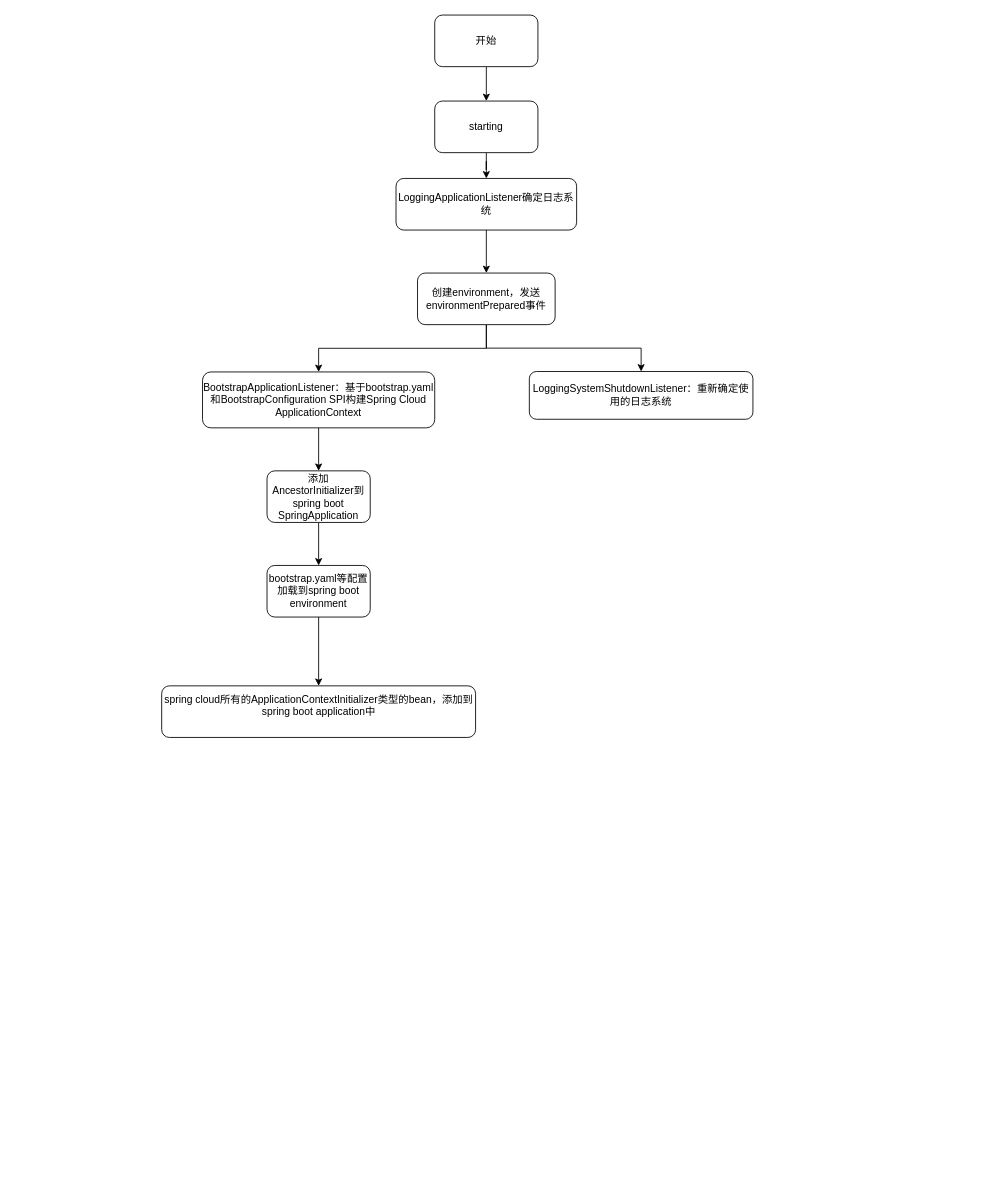
The draw.io diagram spring boot整体运行过程.drawio in jessin20161124/javase1, before the edit. Source tidied: cells renumbered, new cells numbered last; positions are measured from the earlier drawing's top-left corner, leaving out a move shared by most shapes. Both pictures are drawn from the tidied source at 86%, with x=0, y=0 at pixel (161, 15).
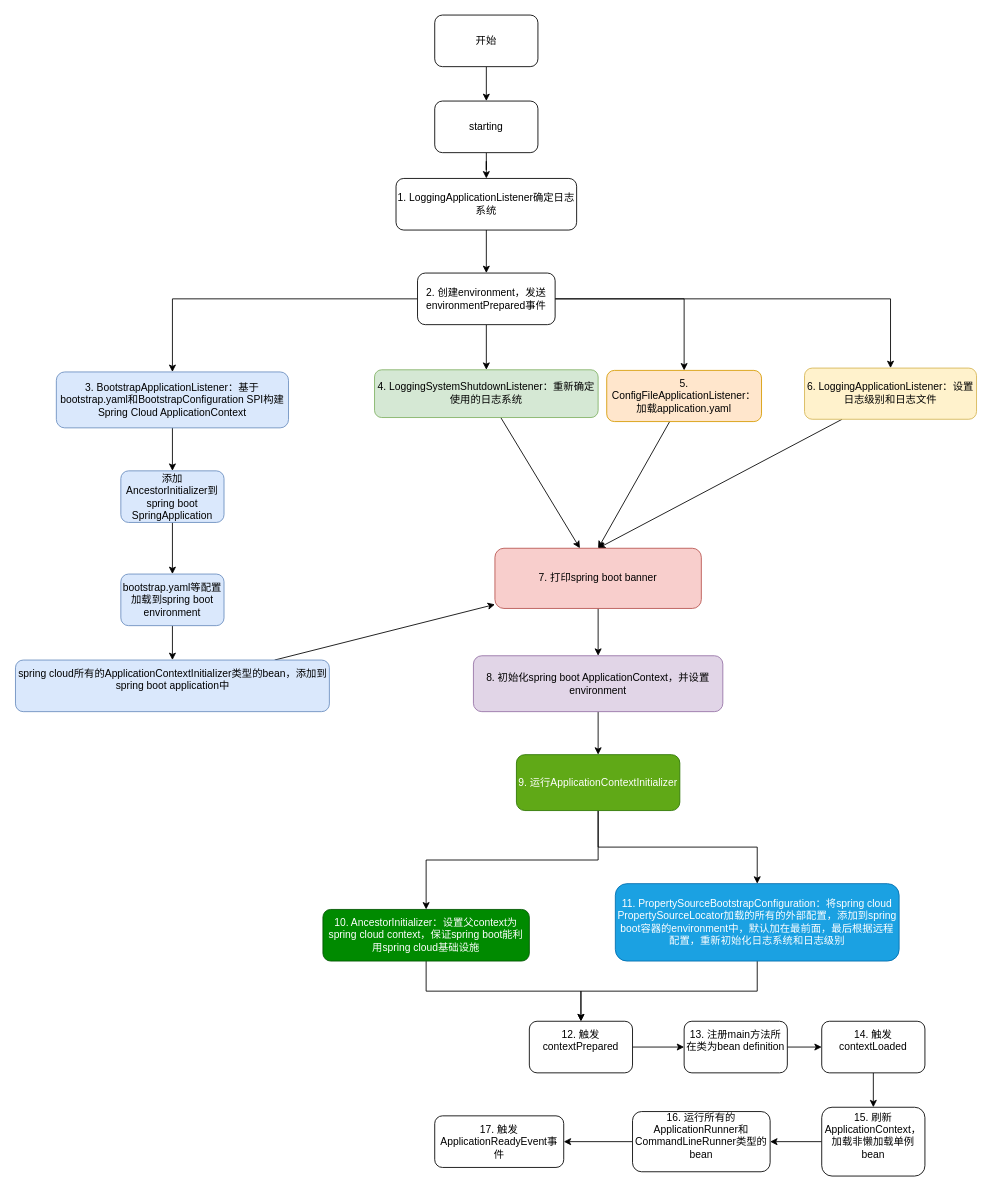
Above is the later version.

Commit message (it also covers changes not shown here):
更新spring boot整体运行过程.drawio

Change to the diagram source:
```diff
@@
+    <mxCell id="19" style="edgeStyle=orthogonalEdgeStyle;rounded=0;jettySize=auto;html=1;" parent="1" edge="1" source="8" target="24">
+      <mxGeometry relative="1" as="geometry" />
+    </mxCell>
+    <mxCell id="20" style="edgeStyle=orthogonalEdgeStyle;rounded=0;jettySize=auto;html=1;" parent="1" edge="1" source="8" target="26">
+      <mxGeometry relative="1" as="geometry" />
+    </mxCell>
-    <mxCell id="8" value="创建environment，发送environmentPrepared事件" style="whiteSpace=wrap;html=1;rounded=1;" parent="1" vertex="1">
+    <mxCell id="8" value="2. 创建environment，发送environmentPrepared事件" style="whiteSpace=wrap;html=1;rounded=1;" parent="1" vertex="1">
       <mxGeometry x="298" y="300" width="160" height="60" as="geometry" />
     </mxCell>
@@
-    <mxCell id="10" value="BootstrapApplicationListener：基于bootstrap.yaml和BootstrapConfiguration SPI构建Spring Cloud ApplicationContext" style="whiteSpace=wrap;html=1;rounded=1;" parent="1" vertex="1">
-      <mxGeometry x="48" y="415" width="270" height="65" as="geometry" />
+    <mxCell id="10" value="3. BootstrapApplicationListener：基于bootstrap.yaml和BootstrapConfiguration SPI构建Spring Cloud ApplicationContext" style="whiteSpace=wrap;html=1;rounded=1;fillColor=#dae8fc;strokeColor=#6c8ebf;" parent="1" vertex="1">
+      <mxGeometry x="-122" y="415" width="270" height="65" as="geometry" />
     </mxCell>
@@
-    <mxCell id="12" value="添加AncestorInitializer到spring boot SpringApplication" style="whiteSpace=wrap;html=1;rounded=1;" parent="1" vertex="1">
-      <mxGeometry x="123" y="530" width="120" height="60" as="geometry" />
+    <mxCell id="12" value="添加AncestorInitializer到spring boot SpringApplication" style="whiteSpace=wrap;html=1;rounded=1;fillColor=#dae8fc;strokeColor=#6c8ebf;" parent="1" vertex="1">
+      <mxGeometry x="-47" y="530" width="120" height="60" as="geometry" />
     </mxCell>
@@
-    <mxCell id="14" value="bootstrap.yaml等配置加载到spring boot environment" style="whiteSpace=wrap;html=1;rounded=1;" parent="1" vertex="1">
-      <mxGeometry x="123" y="640" width="120" height="60" as="geometry" />
+    <mxCell id="14" value="bootstrap.yaml等配置加载到spring boot environment" style="whiteSpace=wrap;html=1;rounded=1;fillColor=#dae8fc;strokeColor=#6c8ebf;" parent="1" vertex="1">
+      <mxGeometry x="-47" y="650" width="120" height="60" as="geometry" />
     </mxCell>
+    <mxCell id="21" style="rounded=0;jettySize=auto;html=1;" parent="1" edge="1" source="15" target="28">
+      <mxGeometry relative="1" as="geometry" />
+    </mxCell>
-    <mxCell id="15" value="&lt;div&gt;spring cloud所有的ApplicationContextInitializer类型的bean，添加到spring boot application中&lt;/div&gt;&lt;div&gt;&lt;br&gt;&lt;/div&gt;" style="whiteSpace=wrap;html=1;rounded=1;" parent="1" vertex="1">
-      <mxGeometry x="0.5" y="780" width="365" height="60" as="geometry" />
+    <mxCell id="15" value="&lt;div&gt;spring cloud所有的ApplicationContextInitializer类型的bean，添加到spring boot application中&lt;/div&gt;&lt;div&gt;&lt;br&gt;&lt;/div&gt;" style="whiteSpace=wrap;html=1;rounded=1;fillColor=#dae8fc;strokeColor=#6c8ebf;" parent="1" vertex="1">
+      <mxGeometry x="-169.5" y="750" width="365" height="60" as="geometry" />
     </mxCell>
@@
-    <mxCell id="17" value="LoggingApplicationListener确定日志系统" style="whiteSpace=wrap;html=1;rounded=1;" parent="1" vertex="1">
+    <mxCell id="17" value="1. LoggingApplicationListener确定日志系统" style="whiteSpace=wrap;html=1;rounded=1;" parent="1" vertex="1">
       <mxGeometry x="273" y="190" width="210" height="60" as="geometry" />
     </mxCell>
+    <mxCell id="22" style="rounded=0;jettySize=auto;html=1;" parent="1" edge="1" source="18" target="28">
+      <mxGeometry relative="1" as="geometry" />
+    </mxCell>
-    <mxCell id="18" value="LoggingSystemShutdownListener：重新确定使用的日志系统" style="whiteSpace=wrap;html=1;rounded=1;" parent="1" vertex="1">
-      <mxGeometry x="428" y="414.5" width="260" height="55.5" as="geometry" />
+    <mxCell id="18" value="4. LoggingSystemShutdownListener：重新确定使用的日志系统" style="whiteSpace=wrap;html=1;rounded=1;fillColor=#d5e8d4;strokeColor=#82b366;" parent="1" vertex="1">
+      <mxGeometry x="248" y="412.5" width="260" height="55.5" as="geometry" />
     </mxCell>
+    <mxCell id="23" style="rounded=0;jettySize=auto;html=1;entryX=0.5;entryY=0;entryDx=0;entryDy=0;" parent="1" edge="1" source="24" target="28">
+      <mxGeometry relative="1" as="geometry" />
+    </mxCell>
+    <mxCell id="24" value="5. ConfigFileApplicationListener：加载application.yaml" style="whiteSpace=wrap;html=1;rounded=1;fillColor=#ffe6cc;strokeColor=#d79b00;" parent="1" vertex="1">
+      <mxGeometry x="518" y="413.2" width="180" height="59.5" as="geometry" />
+    </mxCell>
+    <mxCell id="25" style="rounded=0;jettySize=auto;html=1;entryX=0.5;entryY=0;entryDx=0;entryDy=0;" parent="1" edge="1" source="26" target="28">
+      <mxGeometry relative="1" as="geometry" />
+    </mxCell>
+    <mxCell id="26" value="6. LoggingApplicationListener：设置日志级别和日志文件" style="whiteSpace=wrap;html=1;rounded=1;fillColor=#fff2cc;strokeColor=#d6b656;" parent="1" vertex="1">
+      <mxGeometry x="748" y="410.5" width="200" height="59.5" as="geometry" />
+    </mxCell>
+    <mxCell id="27" style="edgeStyle=orthogonalEdgeStyle;rounded=0;jettySize=auto;html=1;" parent="1" edge="1" source="28" target="33">
+      <mxGeometry relative="1" as="geometry" />
+    </mxCell>
+    <mxCell id="28" value="7. 打印spring boot banner" style="rounded=1;whiteSpace=wrap;html=1;fillColor=#f8cecc;strokeColor=#b85450;" parent="1" vertex="1">
+      <mxGeometry x="388" y="620" width="240" height="70" as="geometry" />
+    </mxCell>
+    <mxCell id="29" style="edgeStyle=orthogonalEdgeStyle;rounded=0;jettySize=auto;html=1;" parent="1" edge="1" source="31" target="35">
+      <mxGeometry relative="1" as="geometry" />
+    </mxCell>
+    <mxCell id="30" style="edgeStyle=orthogonalEdgeStyle;rounded=0;jettySize=auto;html=1;" parent="1" edge="1" source="31" target="37">
+      <mxGeometry relative="1" as="geometry" />
+    </mxCell>
+    <mxCell id="31" value="9. 运行ApplicationContextInitializer" style="whiteSpace=wrap;html=1;rounded=1;fillColor=#60a917;fontColor=#ffffff;strokeColor=#2D7600;" parent="1" vertex="1">
+      <mxGeometry x="413" y="860" width="190" height="65" as="geometry" />
+    </mxCell>
+    <mxCell id="32" style="edgeStyle=orthogonalEdgeStyle;rounded=0;jettySize=auto;html=1;entryX=0.5;entryY=0;entryDx=0;entryDy=0;" parent="1" edge="1" source="33" target="31">
+      <mxGeometry relative="1" as="geometry" />
+    </mxCell>
+    <mxCell id="33" value="&lt;span&gt;8. 初始化spring boot ApplicationContext，并设置environment&lt;/span&gt;" style="whiteSpace=wrap;html=1;rounded=1;fillColor=#e1d5e7;strokeColor=#9673a6;" parent="1" vertex="1">
+      <mxGeometry x="363" y="745" width="290" height="65" as="geometry" />
+    </mxCell>
+    <mxCell id="34" style="edgeStyle=orthogonalEdgeStyle;rounded=0;jettySize=auto;html=1;entryX=0.5;entryY=0;entryDx=0;entryDy=0;" parent="1" edge="1" source="35" target="41">
+      <mxGeometry relative="1" as="geometry" />
+    </mxCell>
+    <mxCell id="35" value="&lt;span&gt;10. AncestorInitializer：设置父context为spring cloud context，保证spring boot能利用spring cloud基础设施&lt;/span&gt;" style="rounded=1;whiteSpace=wrap;html=1;fillColor=#008a00;fontColor=#ffffff;strokeColor=#005700;" parent="1" vertex="1">
+      <mxGeometry x="188" y="1040" width="240" height="60" as="geometry" />
+    </mxCell>
+    <mxCell id="36" style="edgeStyle=orthogonalEdgeStyle;rounded=0;jettySize=auto;html=1;entryX=0.5;entryY=0;entryDx=0;entryDy=0;" parent="1" edge="1" source="37" target="41">
+      <mxGeometry relative="1" as="geometry" />
+    </mxCell>
+    <mxCell id="37" value="11. PropertySourceBootstrapConfiguration：将spring cloud PropertySourceLocator加载的所有的外部配置，添加到spring boot容器的environment中，默认加在最前面，最后根据远程配置，重新初始化日志系统和日志级别" style="rounded=1;whiteSpace=wrap;html=1;fillColor=#1ba1e2;fontColor=#ffffff;strokeColor=#006EAF;" parent="1" vertex="1">
+      <mxGeometry x="528" y="1010" width="330" height="90" as="geometry" />
+    </mxCell>
+    <mxCell id="38" style="edgeStyle=orthogonalEdgeStyle;rounded=0;jettySize=auto;html=1;" parent="1" edge="1" source="39" target="43">
+      <mxGeometry relative="1" as="geometry" />
+    </mxCell>
+    <mxCell id="39" value="&lt;div&gt;13. 注册main方法所在类为bean definition&lt;/div&gt;&lt;div&gt;&lt;br&gt;&lt;/div&gt;" style="rounded=1;whiteSpace=wrap;html=1;" parent="1" vertex="1">
+      <mxGeometry x="608" y="1170" width="120" height="60" as="geometry" />
+    </mxCell>
+    <mxCell id="40" style="edgeStyle=orthogonalEdgeStyle;rounded=0;jettySize=auto;html=1;entryX=0;entryY=0.5;entryDx=0;entryDy=0;" parent="1" edge="1" source="41" target="39">
+      <mxGeometry relative="1" as="geometry" />
+    </mxCell>
+    <mxCell id="41" value="&lt;div&gt;12. 触发contextPrepared&lt;/div&gt;&lt;div&gt;&lt;br&gt;&lt;/div&gt;" style="rounded=1;whiteSpace=wrap;html=1;" parent="1" vertex="1">
+      <mxGeometry x="428" y="1170" width="120" height="60" as="geometry" />
+    </mxCell>
+    <mxCell id="42" style="edgeStyle=orthogonalEdgeStyle;rounded=0;jettySize=auto;html=1;entryX=0.5;entryY=0;entryDx=0;entryDy=0;" parent="1" edge="1" source="43" target="45">
+      <mxGeometry relative="1" as="geometry" />
+    </mxCell>
+    <mxCell id="43" value="&lt;div&gt;&lt;div&gt;14. 触发contextLoaded&lt;/div&gt;&lt;/div&gt;&lt;div&gt;&lt;br&gt;&lt;/div&gt;" style="rounded=1;whiteSpace=wrap;html=1;" parent="1" vertex="1">
+      <mxGeometry x="768" y="1170" width="120" height="60" as="geometry" />
+    </mxCell>
+    <mxCell id="44" style="edgeStyle=orthogonalEdgeStyle;rounded=0;jettySize=auto;html=1;" parent="1" edge="1" source="45" target="47">
+      <mxGeometry relative="1" as="geometry" />
+    </mxCell>
+    <mxCell id="45" value="&lt;div&gt;&lt;div&gt;&lt;div&gt;15. 刷新ApplicationContext，加载非懒加载单例bean&lt;/div&gt;&lt;/div&gt;&lt;/div&gt;&lt;div&gt;&lt;br&gt;&lt;/div&gt;" style="rounded=1;whiteSpace=wrap;html=1;" parent="1" vertex="1">
+      <mxGeometry x="768" y="1270" width="120" height="80" as="geometry" />
+    </mxCell>
+    <mxCell id="46" style="edgeStyle=orthogonalEdgeStyle;rounded=0;jettySize=auto;html=1;entryX=1;entryY=0.5;entryDx=0;entryDy=0;" parent="1" edge="1" source="47" target="48">
+      <mxGeometry relative="1" as="geometry" />
+    </mxCell>
+    <mxCell id="47" value="&lt;div&gt;&lt;div&gt;&lt;div&gt;&lt;div&gt;16. 运行所有的ApplicationRunner和CommandLineRunner类型的bean&lt;/div&gt;&lt;/div&gt;&lt;/div&gt;&lt;/div&gt;&lt;div&gt;&lt;br&gt;&lt;/div&gt;" style="rounded=1;whiteSpace=wrap;html=1;" parent="1" vertex="1">
+      <mxGeometry x="548" y="1275" width="160" height="70" as="geometry" />
+    </mxCell>
+    <mxCell id="48" value="17. 触发ApplicationReadyEvent事件" style="rounded=1;whiteSpace=wrap;html=1;" parent="1" vertex="1">
+      <mxGeometry x="318" y="1280" width="150" height="60" as="geometry" />
+    </mxCell>
```
